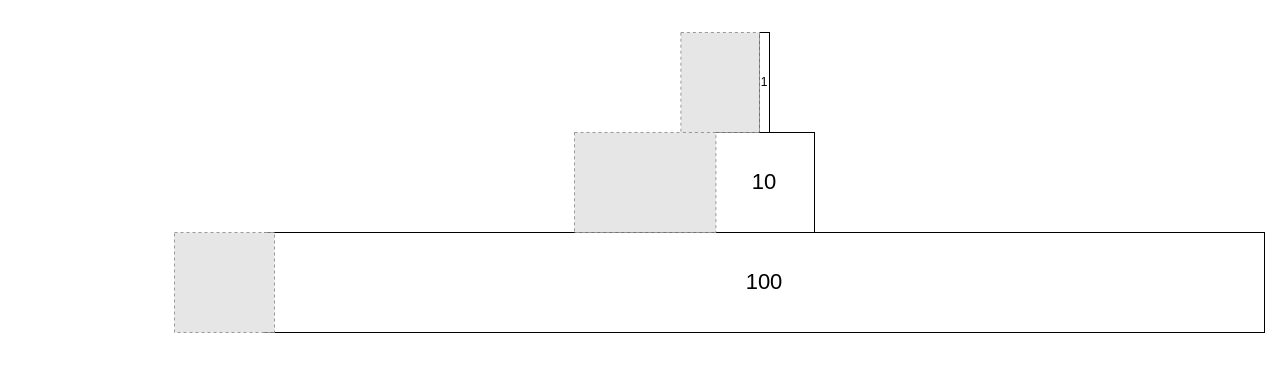
Before: Trophic Levels.drawio in CyberTheToaster/draw.io-saves, a draw.io diagram. Source tidied: cells renumbered, new cells numbered last; positions are measured from the earlier drawing's top-left corner, leaving out a move shared by most shapes. Both pictures are drawn from the tidied source at 100%, with x=0, y=0 at pixel (174, 32). Pictures stored in the file or linked from it are replaced by grey dashed boxes.
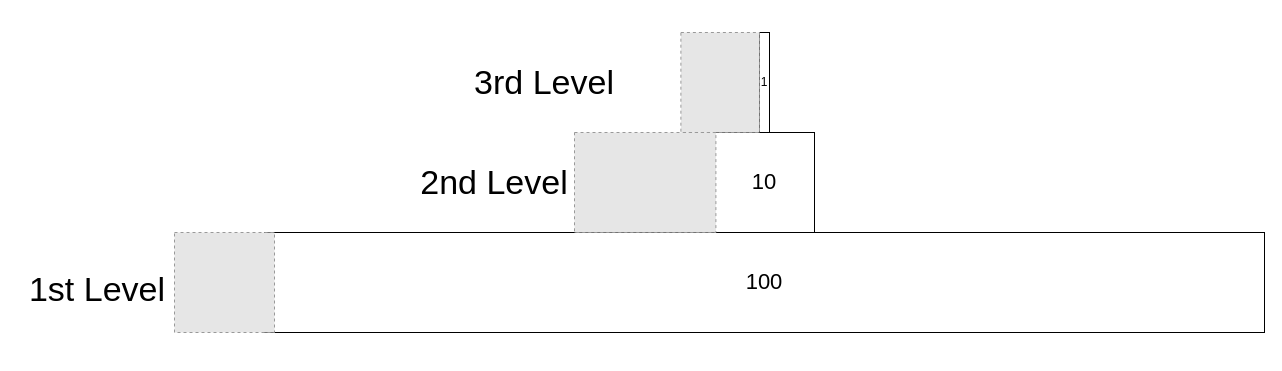
The same page after the edit.

Commit message:
Add Level Labels to Diagram

Diff of the diagram source:
```diff
@@
 <mxGraphModel>
   <root>
     <mxCell id="0" />
     <mxCell id="1" parent="0" />
     <mxCell id="2" value="&lt;font style=&quot;font-size: 22px;&quot;&gt;100&lt;/font&gt;" style="rounded=0;whiteSpace=wrap;html=1;" parent="1" vertex="1">
       <mxGeometry x="90" y="200" width="1000" height="100" as="geometry" />
     </mxCell>
     <mxCell id="3" style="fillColor=#E6E6E6;strokeColor=#999999;dashed=1;verticalLabelPosition=bottom;labelBackgroundColor=default;verticalAlign=top;" parent="1" vertex="1">
       <mxGeometry y="200" width="100" height="100" as="geometry" />
     </mxCell>
     <mxCell id="4" value="&lt;font style=&quot;font-size: 22px;&quot;&gt;10&lt;/font&gt;" style="rounded=0;whiteSpace=wrap;html=1;" parent="1" vertex="1">
       <mxGeometry x="540" y="100" width="100" height="100" as="geometry" />
     </mxCell>
     <mxCell id="5" style="fillColor=#E6E6E6;strokeColor=#999999;dashed=1;verticalLabelPosition=bottom;labelBackgroundColor=default;verticalAlign=top;" parent="1" vertex="1">
       <mxGeometry x="400" y="100" width="141.4" height="100" as="geometry" />
     </mxCell>
     <mxCell id="6" value="1" style="rounded=0;whiteSpace=wrap;html=1;" parent="1" vertex="1">
       <mxGeometry x="585" width="10" height="100" as="geometry" />
     </mxCell>
     <mxCell id="7" style="fillColor=#E6E6E6;strokeColor=#999999;dashed=1;verticalLabelPosition=bottom;labelBackgroundColor=default;verticalAlign=top;" parent="1" vertex="1">
       <mxGeometry x="506.4" width="78.6" height="100" as="geometry" />
     </mxCell>
+    <mxCell id="8" value="&lt;span style=&quot;font-size: 34px;&quot;&gt;1st Level&lt;/span&gt;" style="text;html=1;whiteSpace=wrap;strokeColor=none;fillColor=none;align=center;verticalAlign=middle;rounded=0;" parent="1" vertex="1">
+      <mxGeometry x="-157" y="192" width="160" height="130" as="geometry" />
+    </mxCell>
+    <mxCell id="9" value="&lt;span style=&quot;font-size: 34px;&quot;&gt;2nd Level&lt;/span&gt;" style="text;html=1;whiteSpace=wrap;strokeColor=none;fillColor=none;align=center;verticalAlign=middle;rounded=0;" parent="1" vertex="1">
+      <mxGeometry x="240" y="92.5" width="160" height="115" as="geometry" />
+    </mxCell>
+    <mxCell id="10" value="&lt;span style=&quot;font-size: 34px;&quot;&gt;3rd Level&lt;/span&gt;" style="text;html=1;whiteSpace=wrap;strokeColor=none;fillColor=none;align=center;verticalAlign=middle;rounded=0;" parent="1" vertex="1">
+      <mxGeometry x="290" y="-15" width="160" height="130" as="geometry" />
+    </mxCell>
   </root>
 </mxGraphModel>
```
